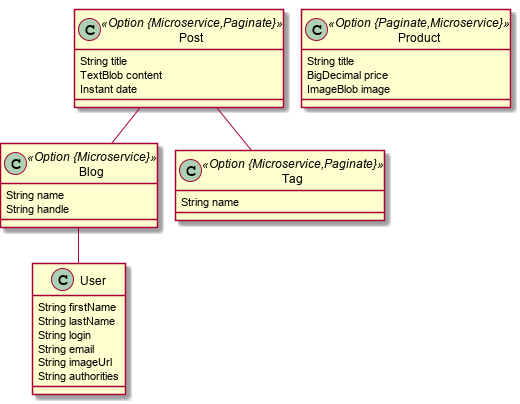
Above: microservice.blog.store.png in MIJAEL888/Sigma (PlantUML), before the change.
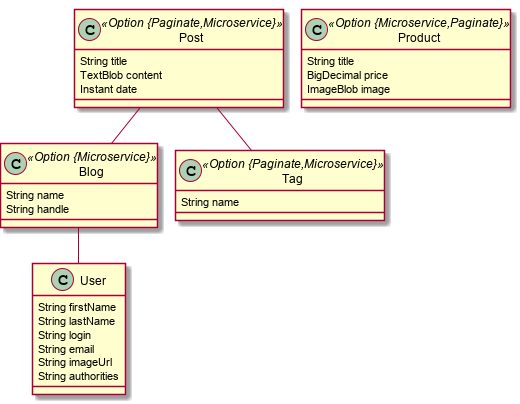
Above is the later version.

Diff of the diagram source:
```diff
@@ -5,15 +5,15 @@
 		String name
 		String handle
 	}
-	class Post <<Option {Microservice,Paginate}>> {
+	class Post <<Option {Paginate,Microservice}>> {
 		String title
 		TextBlob content
 		Instant date
 	}
-	class Tag <<Option {Microservice,Paginate}>> {
+	class Tag <<Option {Paginate,Microservice}>> {
 		String name
 	}
-	class Product <<Option {Paginate,Microservice}>> {
+	class Product <<Option {Microservice,Paginate}>> {
 		String title
 		BigDecimal price
 		ImageBlob image
```
